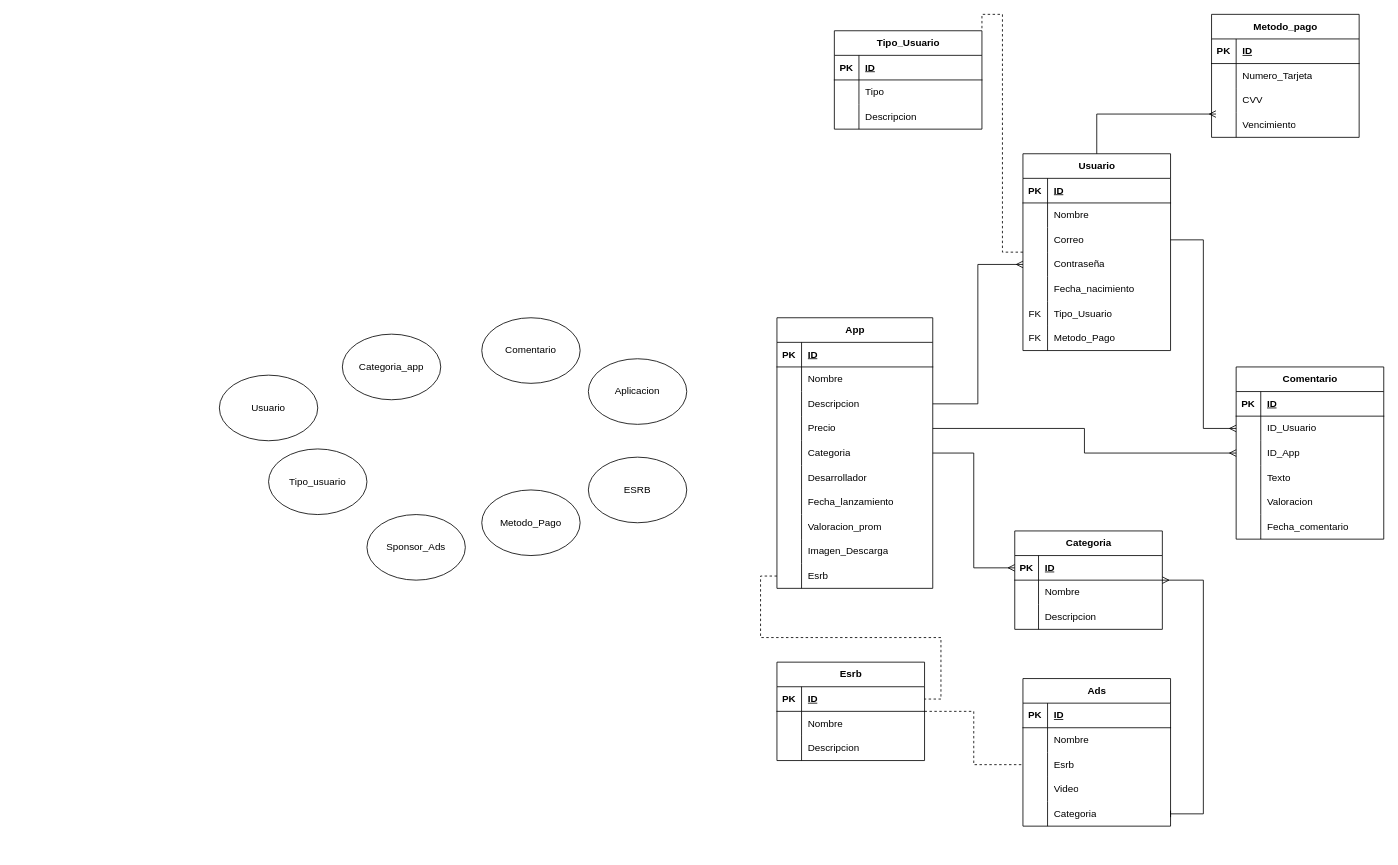
The draw.io diagram proyecto.drawio in JSMONTOYAS/Database_foundations, before the edit. Source tidied: cells renumbered, new cells numbered last; positions are measured from the earlier drawing's top-left corner, leaving out a move shared by most shapes. Both pictures are drawn from the tidied source at 82%, with x=0, y=0 at pixel (219, 14).
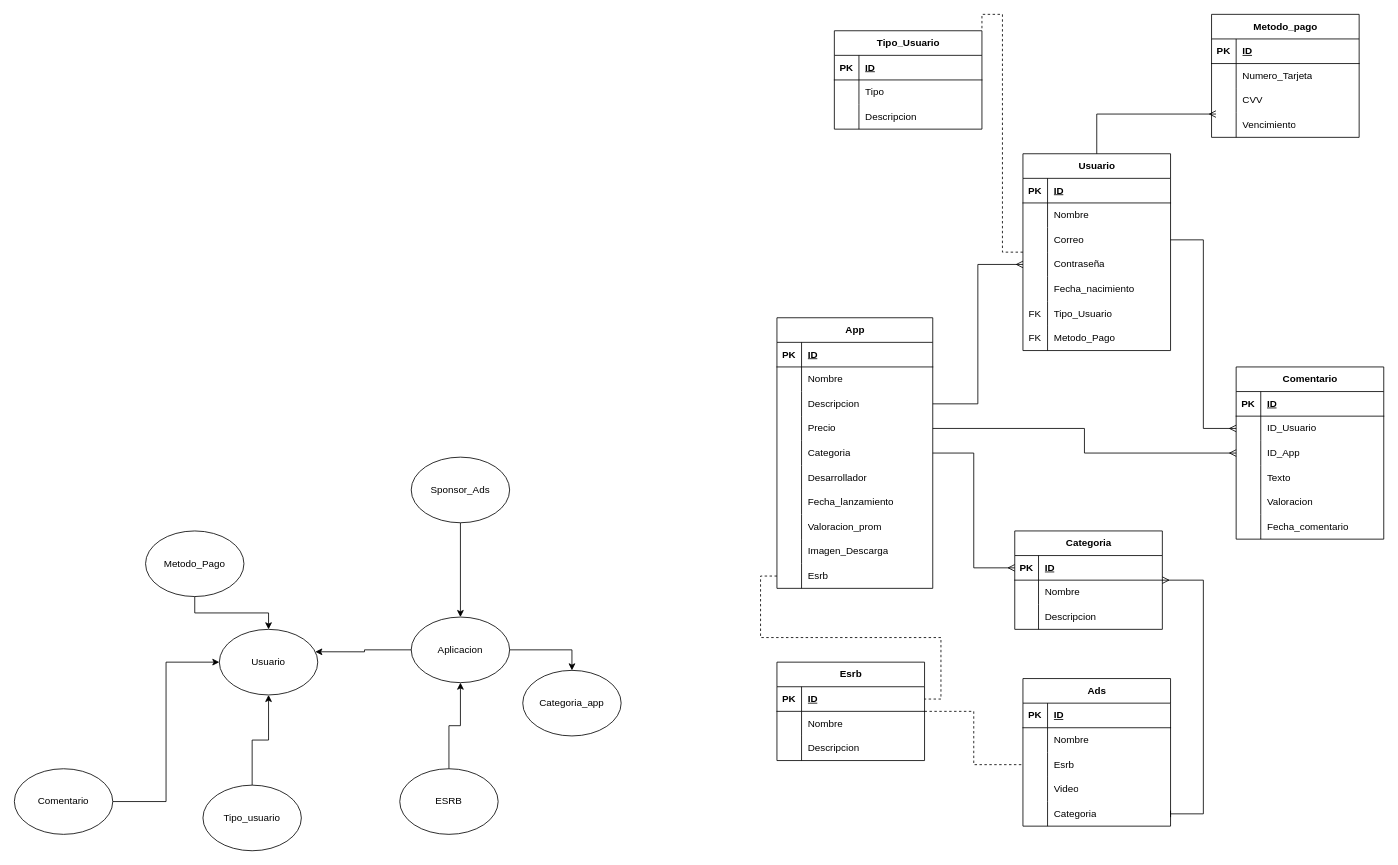
The same diagram, later.

What changed in the source:
```diff
@@
     <mxCell id="2" value="Usuario" style="ellipse;whiteSpace=wrap;html=1;" parent="1" vertex="1">
-      <mxGeometry y="440" width="120" height="80" as="geometry" />
+      <mxGeometry y="750" width="120" height="80" as="geometry" />
     </mxCell>
+    <mxCell id="150" style="edgeStyle=orthogonalEdgeStyle;rounded=0;jettySize=auto;html=1;entryX=0.5;entryY=0;entryDx=0;entryDy=0;" parent="1" edge="1" source="3" target="4">
+      <mxGeometry relative="1" as="geometry" />
+    </mxCell>
     <mxCell id="3" value="Aplicacion" style="ellipse;whiteSpace=wrap;html=1;" parent="1" vertex="1">
-      <mxGeometry x="450" y="420" width="120" height="80" as="geometry" />
+      <mxGeometry x="234" y="735" width="120" height="80" as="geometry" />
     </mxCell>
     <mxCell id="4" value="Categoria_app" style="ellipse;whiteSpace=wrap;html=1;" parent="1" vertex="1">
-      <mxGeometry x="150" y="390" width="120" height="80" as="geometry" />
+      <mxGeometry x="370" y="800" width="120" height="80" as="geometry" />
     </mxCell>
+    <mxCell id="151" style="edgeStyle=orthogonalEdgeStyle;rounded=0;jettySize=auto;html=1;entryX=0.5;entryY=1;entryDx=0;entryDy=0;" parent="1" edge="1" source="5" target="2">
+      <mxGeometry relative="1" as="geometry" />
+    </mxCell>
     <mxCell id="5" value="Tipo_usuario" style="ellipse;whiteSpace=wrap;html=1;" parent="1" vertex="1">
-      <mxGeometry x="60" y="530" width="120" height="80" as="geometry" />
+      <mxGeometry x="-20" y="940" width="120" height="80" as="geometry" />
     </mxCell>
+    <mxCell id="152" style="edgeStyle=orthogonalEdgeStyle;rounded=0;jettySize=auto;html=1;entryX=0;entryY=0.5;entryDx=0;entryDy=0;" parent="1" edge="1" source="6" target="2">
+      <mxGeometry relative="1" as="geometry" />
+    </mxCell>
     <mxCell id="6" value="Comentario" style="ellipse;whiteSpace=wrap;html=1;" parent="1" vertex="1">
-      <mxGeometry x="320" y="370" width="120" height="80" as="geometry" />
+      <mxGeometry x="-250" y="920" width="120" height="80" as="geometry" />
     </mxCell>
+    <mxCell id="153" style="edgeStyle=orthogonalEdgeStyle;rounded=0;jettySize=auto;html=1;entryX=0.5;entryY=0;entryDx=0;entryDy=0;" parent="1" edge="1" source="7" target="2">
+      <mxGeometry relative="1" as="geometry" />
+    </mxCell>
     <mxCell id="7" value="Metodo_Pago" style="ellipse;whiteSpace=wrap;html=1;" parent="1" vertex="1">
-      <mxGeometry x="320" y="580" width="120" height="80" as="geometry" />
+      <mxGeometry x="-90" y="630" width="120" height="80" as="geometry" />
     </mxCell>
+    <mxCell id="154" style="edgeStyle=orthogonalEdgeStyle;rounded=0;jettySize=auto;html=1;" parent="1" edge="1" source="8" target="3">
+      <mxGeometry relative="1" as="geometry" />
+    </mxCell>
     <mxCell id="8" value="ESRB" style="ellipse;whiteSpace=wrap;html=1;" parent="1" vertex="1">
-      <mxGeometry x="450" y="540" width="120" height="80" as="geometry" />
+      <mxGeometry x="220" y="920" width="120" height="80" as="geometry" />
     </mxCell>
+    <mxCell id="155" style="edgeStyle=orthogonalEdgeStyle;rounded=0;jettySize=auto;html=1;entryX=0.5;entryY=0;entryDx=0;entryDy=0;" parent="1" edge="1" source="9" target="3">
+      <mxGeometry relative="1" as="geometry" />
+    </mxCell>
     <mxCell id="9" value="Sponsor_Ads" style="ellipse;whiteSpace=wrap;html=1;" parent="1" vertex="1">
-      <mxGeometry x="180" y="610" width="120" height="80" as="geometry" />
+      <mxGeometry x="234" y="540" width="120" height="80" as="geometry" />
     </mxCell>
@@
+    <mxCell id="156" style="edgeStyle=orthogonalEdgeStyle;rounded=0;jettySize=auto;html=1;entryX=0.975;entryY=0.342;entryDx=0;entryDy=0;entryPerimeter=0;" parent="1" edge="1" source="3" target="2">
+      <mxGeometry relative="1" as="geometry" />
+    </mxCell>
```
